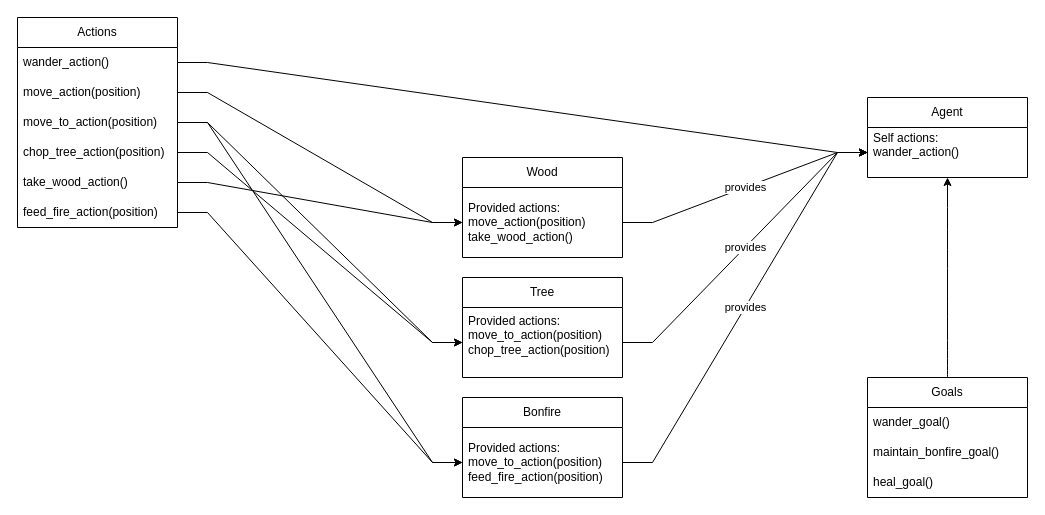
The draw.io diagram documents/GOAP.drawio in AidasLit/Hex-game-uni, before the edit. Source tidied: cells renumbered, new cells numbered last; positions are measured from the earlier drawing's top-left corner, leaving out a move shared by most shapes. Both pictures are drawn from the tidied source at 100%, with x=0, y=0 at pixel (17, 17).
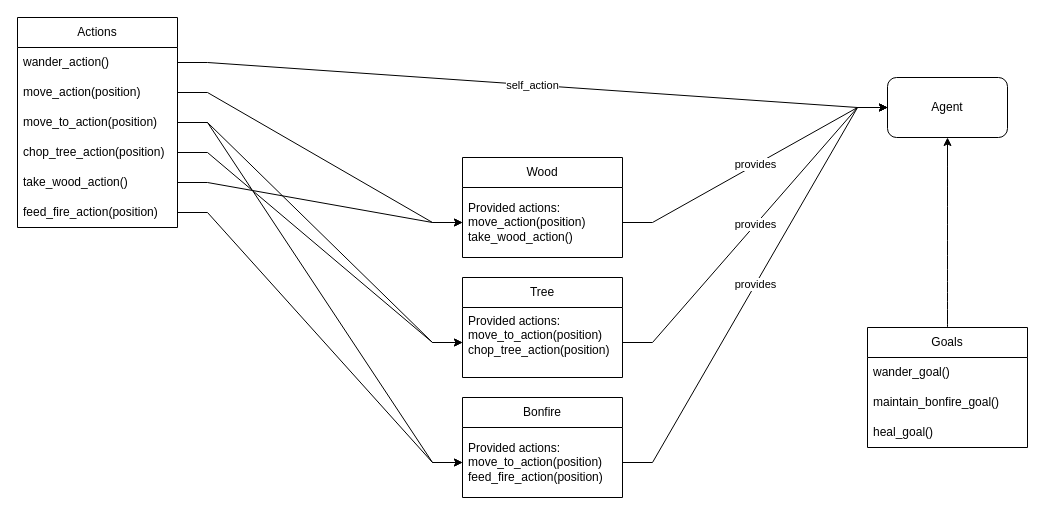
After the change.

Unchanged cells that the change refers to:
```xml
<mxCell id="3" value="&lt;div&gt;Provided actions:&lt;/div&gt;&lt;div&gt;move_to_action(position)&lt;/div&gt;&lt;div&gt;feed_fire_action(position)&lt;/div&gt;" style="text;strokeColor=none;fillColor=none;align=left;verticalAlign=middle;spacingLeft=4;spacingRight=4;overflow=hidden;points=[[0,0.5],[1,0.5]];portConstraint=eastwest;whiteSpace=wrap;html=1;" parent="2" vertex="1">
  <mxGeometry y="30" width="160" height="70" as="geometry" />
</mxCell>
<mxCell id="5" value="&lt;div&gt;Provided actions:&lt;/div&gt;&lt;div&gt;move_action(position)&lt;/div&gt;&lt;div&gt;take_wood_action()&lt;/div&gt;" style="text;strokeColor=none;fillColor=none;align=left;verticalAlign=middle;spacingLeft=4;spacingRight=4;overflow=hidden;points=[[0,0.5],[1,0.5]];portConstraint=eastwest;whiteSpace=wrap;html=1;" parent="4" vertex="1">
  <mxGeometry y="30" width="160" height="70" as="geometry" />
</mxCell>
<mxCell id="7" value="wander_action()" style="text;strokeColor=none;fillColor=none;align=left;verticalAlign=middle;spacingLeft=4;spacingRight=4;overflow=hidden;points=[[0,0.5],[1,0.5]];portConstraint=eastwest;whiteSpace=wrap;html=1;" parent="6" vertex="1">
  <mxGeometry y="30" width="160" height="30" as="geometry" />
</mxCell>
<mxCell id="28" value="&lt;div&gt;Provided actions:&lt;/div&gt;&lt;div&gt;move_to_action(position)&lt;/div&gt;&lt;div&gt;chop_tree_action(position)&lt;/div&gt;&lt;div&gt;&lt;br&gt;&lt;/div&gt;" style="text;strokeColor=none;fillColor=none;align=left;verticalAlign=middle;spacingLeft=4;spacingRight=4;overflow=hidden;points=[[0,0.5],[1,0.5]];portConstraint=eastwest;whiteSpace=wrap;html=1;" parent="27" vertex="1">
  <mxGeometry y="30" width="160" height="70" as="geometry" />
</mxCell>
```

The edit, as a diff of the source:
```diff
@@
-    <mxCell id="13" value="Agent" style="swimlane;fontStyle=0;horizontal=1;startSize=30;whiteSpace=wrap;html=1;" parent="1" vertex="1">
-      <mxGeometry x="850" y="80" width="160" height="80" as="geometry" />
-    </mxCell>
-    <mxCell id="14" value="&lt;div&gt;Self actions:&lt;/div&gt;&lt;div&gt;wander_action()&lt;/div&gt;&lt;div&gt;&lt;br&gt;&lt;/div&gt;" style="text;strokeColor=none;fillColor=none;align=left;verticalAlign=middle;spacingLeft=4;spacingRight=4;overflow=hidden;points=[[0,0.5],[1,0.5]];portConstraint=eastwest;whiteSpace=wrap;html=1;" parent="13" vertex="1">
-      <mxGeometry y="30" width="160" height="50" as="geometry" />
-    </mxCell>
-    <mxCell id="15" style="edgeStyle=orthogonalEdgeStyle;curved=1;rounded=0;jettySize=auto;html=1;" parent="1" edge="1" source="17" target="13">
+    <mxCell id="15" style="edgeStyle=orthogonalEdgeStyle;rounded=0;jettySize=auto;html=1;curved=1;" parent="1" edge="1" source="17" target="13">
       <mxGeometry relative="1" as="geometry" />
     </mxCell>
-    <mxCell id="16" value="&lt;div&gt;&lt;br&gt;&lt;/div&gt;" style="edgeLabel;html=1;align=center;verticalAlign=middle;" parent="15" vertex="1">
-      <mxGeometry x="0.06" y="-1" relative="1" as="geometry" />
-    </mxCell>
     <mxCell id="17" value="Goals" style="swimlane;fontStyle=0;horizontal=1;startSize=30;whiteSpace=wrap;html=1;" parent="1" vertex="1">
-      <mxGeometry x="850" y="360" width="160" height="120" as="geometry" />
+      <mxGeometry x="850" y="310" width="160" height="120" as="geometry" />
     </mxCell>
@@
-    <mxCell id="21" style="edgeStyle=entityRelationEdgeStyle;rounded=0;jettySize=auto;html=1;exitX=1;exitY=0.5;exitDx=0;exitDy=0;entryX=0;entryY=0.5;entryDx=0;entryDy=0;" parent="1" edge="1" source="7" target="14">
+    <mxCell id="21" value="self_action" style="edgeStyle=entityRelationEdgeStyle;rounded=0;jettySize=auto;html=1;exitX=1;exitY=0.5;exitDx=0;exitDy=0;" parent="1" edge="1" source="7" target="13">
       <mxGeometry relative="1" as="geometry" />
     </mxCell>
@@
-    <mxCell id="30" value="&lt;div&gt;provides&lt;/div&gt;" style="edgeStyle=entityRelationEdgeStyle;rounded=0;jettySize=auto;html=1;exitX=1;exitY=0.5;exitDx=0;exitDy=0;entryX=0;entryY=0.5;entryDx=0;entryDy=0;" parent="1" edge="1" source="5" target="14">
+    <mxCell id="30" value="&lt;div&gt;provides&lt;/div&gt;" style="edgeStyle=entityRelationEdgeStyle;rounded=0;jettySize=auto;html=1;exitX=1;exitY=0.5;exitDx=0;exitDy=0;" parent="1" edge="1" source="5" target="13">
       <mxGeometry relative="1" as="geometry" />
     </mxCell>
-    <mxCell id="31" value="provides" style="edgeStyle=entityRelationEdgeStyle;rounded=0;jettySize=auto;html=1;exitX=1;exitY=0.5;exitDx=0;exitDy=0;entryX=0;entryY=0.5;entryDx=0;entryDy=0;" parent="1" edge="1" source="28" target="14">
+    <mxCell id="31" value="provides" style="edgeStyle=entityRelationEdgeStyle;rounded=0;jettySize=auto;html=1;exitX=1;exitY=0.5;exitDx=0;exitDy=0;" parent="1" edge="1" source="28" target="13">
       <mxGeometry relative="1" as="geometry" />
     </mxCell>
-    <mxCell id="32" value="provides" style="edgeStyle=entityRelationEdgeStyle;rounded=0;jettySize=auto;html=1;exitX=1;exitY=0.5;exitDx=0;exitDy=0;entryX=0;entryY=0.5;entryDx=0;entryDy=0;" parent="1" edge="1" source="3" target="14">
+    <mxCell id="32" value="provides" style="edgeStyle=entityRelationEdgeStyle;rounded=0;jettySize=auto;html=1;exitX=1;exitY=0.5;exitDx=0;exitDy=0;" parent="1" edge="1" source="3" target="13">
       <mxGeometry relative="1" as="geometry" />
     </mxCell>
+    <mxCell id="13" value="Agent" style="rounded=1;whiteSpace=wrap;html=1;" parent="1" vertex="1">
+      <mxGeometry x="870" y="60" width="120" height="60" as="geometry" />
+    </mxCell>
```
